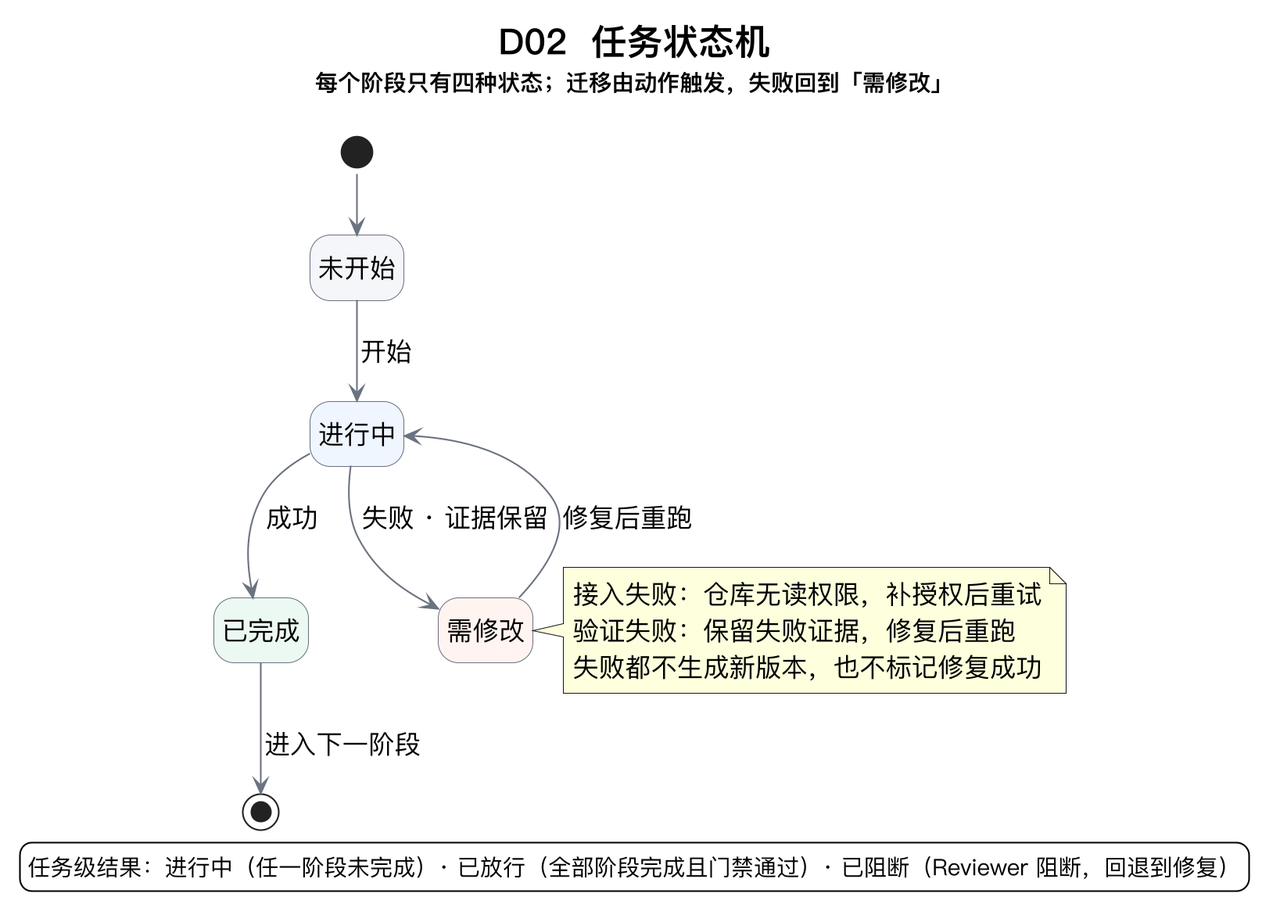
yemuxue/code-review-agent keeps this PlantUML diagram as 可信代码审查Agent/03_可编辑源文件/PlantUML/D02_任务状态机.png. Above is the earlier version. Source of this version:
```plantuml
@startuml
skinparamlocked dpi 200
!pragma layout smetana
skinparam shadowing false
skinparam backgroundColor #FFFFFF
skinparam defaultFontSize 16
skinparam defaultFontName PingFang SC
skinparam state {
  BackgroundColor #FFFFFF
  BorderColor #6B7280
  FontSize 16
}
skinparam arrowColor #6B7280
skinparam titleFontSize 22
hide empty description

title D02  任务状态机\n<size:14>每个阶段只有四种状态；迁移由动作触发，失败回到「需修改」</size>

state "未开始" as TODO #F4F6F9
state "进行中" as RUN #EFF6FF
state "已完成" as DONE #ECF9F2
state "需修改" as FIX #FFF4F0

[*] --> TODO
TODO --> RUN : 开始
RUN --> DONE : 成功
RUN --> FIX : 失败 · 证据保留
FIX --> RUN : 修复后重跑
DONE --> [*] : 进入下一阶段

note right of FIX
  接入失败：仓库无读权限，补授权后重试
  验证失败：保留失败证据，修复后重跑
  失败都不生成新版本，也不标记修复成功
end note

legend bottom
  任务级结果：进行中（任一阶段未完成）· 已放行（全部阶段完成且门禁通过）· 已阻断（Reviewer 阻断，回退到修复）
endlegend
@enduml
```
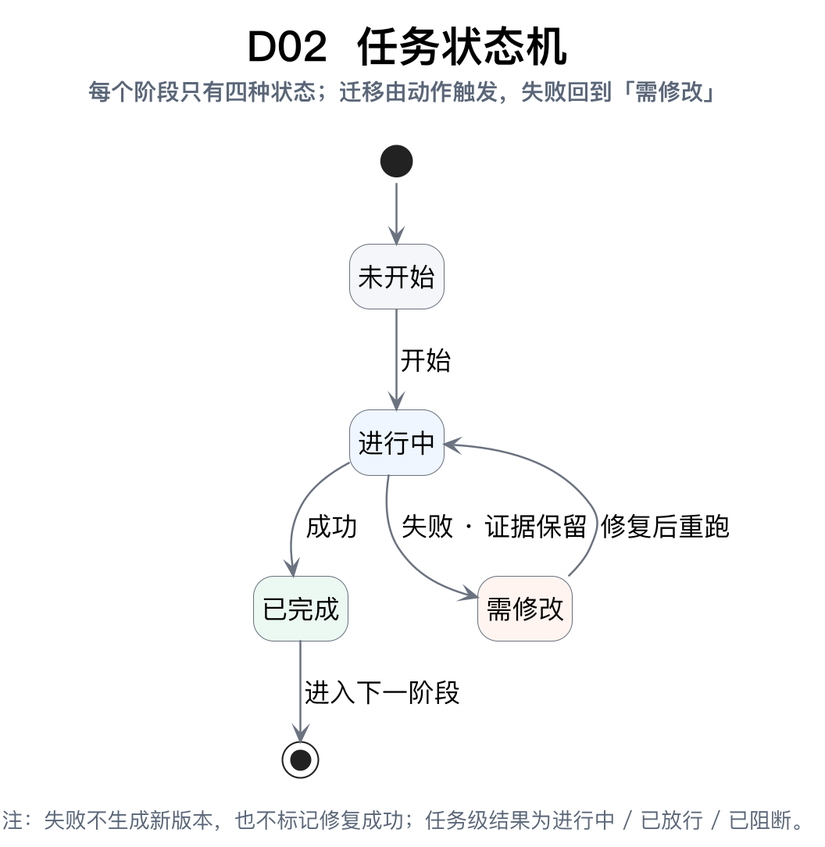
Above is the later version.

Change to the diagram source:
```diff
@@ -1,5 +1,7 @@
 @startuml
 skinparamlocked dpi 200
+!include _style.iuml
+title <size:26><b>D02  任务状态机</b></size>\n<size:14><color:#5A6678>每个阶段只有四种状态；迁移由动作触发，失败回到「需修改」</color></size>
 !pragma layout smetana
 skinparam shadowing false
 skinparam backgroundColor #FFFFFF
@@ -14,7 +16,7 @@
 skinparam titleFontSize 22
 hide empty description
 
-title D02  任务状态机\n<size:14>每个阶段只有四种状态；迁移由动作触发，失败回到「需修改」</size>
+
 
 state "未开始" as TODO #F4F6F9
 state "进行中" as RUN #EFF6FF
@@ -28,13 +30,6 @@
 FIX --> RUN : 修复后重跑
 DONE --> [*] : 进入下一阶段
 
-note right of FIX
-  接入失败：仓库无读权限，补授权后重试
-  验证失败：保留失败证据，修复后重跑
-  失败都不生成新版本，也不标记修复成功
-end note
 
-legend bottom
-  任务级结果：进行中（任一阶段未完成）· 已放行（全部阶段完成且门禁通过）· 已阻断（Reviewer 阻断，回退到修复）
-endlegend
+caption \n<size:13><color:#5A6678>注：失败不生成新版本，也不标记修复成功；任务级结果为进行中 / 已放行 / 已阻断。</color></size>
 @enduml
```
